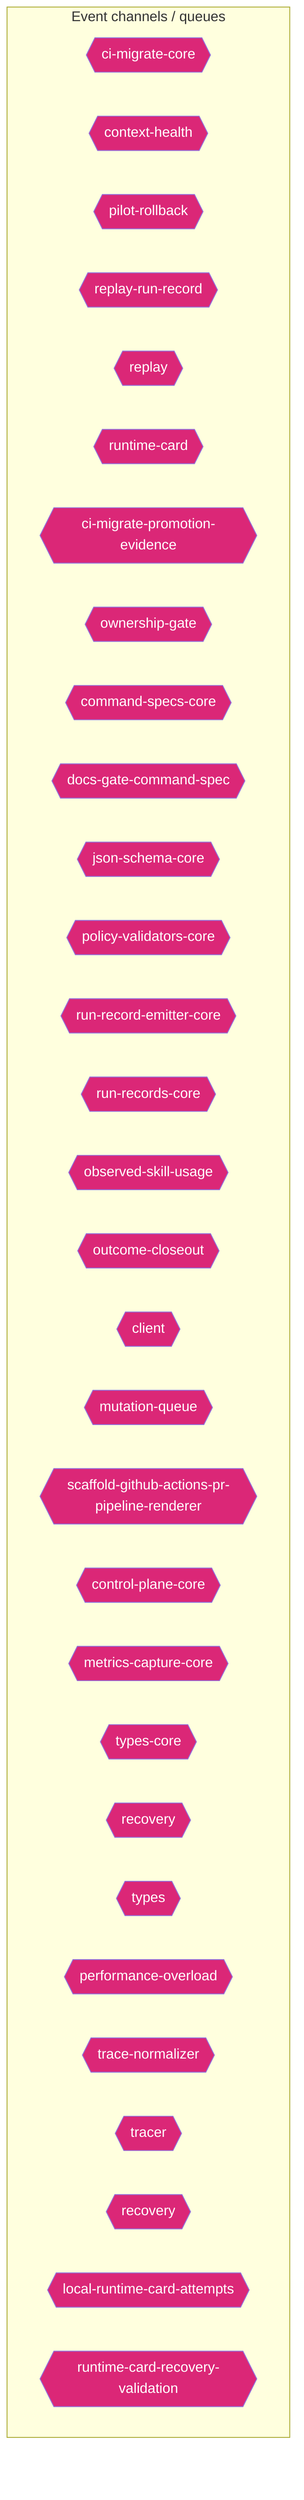
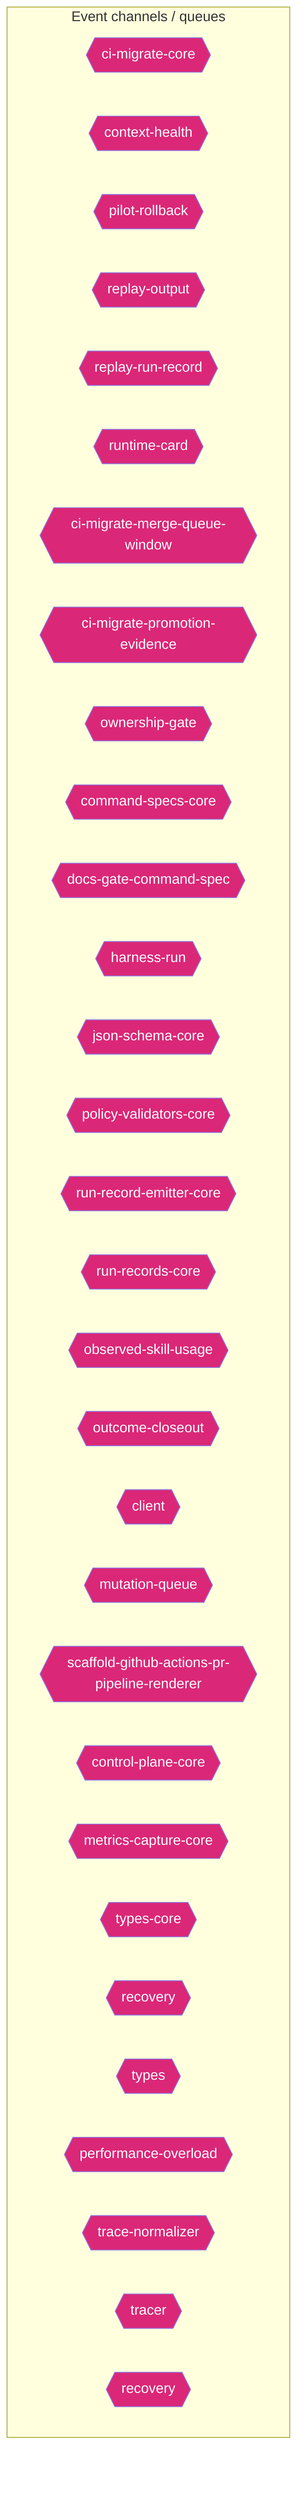
flowchart TD
  subgraph Channels["Event channels / queues"]
    ci_migrate_core_7005b5af{{"ci-migrate-core"}}
    context_health_80bb7da9{{"context-health"}}
    pilot_rollback_00c1f82c{{"pilot-rollback"}}
+     replay_output_993eda9e{{"replay-output"}}
    replay_run_record_9a08cce2{{"replay-run-record"}}
-     replay_ac203c98{{"replay"}}
    runtime_card_e06b53e1{{"runtime-card"}}
+     ci_migrate_merge_queue_window_0070bd6d{{"ci-migrate-merge-queue-window"}}
    ci_migrate_promotion_evidence_1a2dc527{{"ci-migrate-promotion-evidence"}}
    ownership_gate_2e194d13{{"ownership-gate"}}
    command_specs_core_1c0ffc99{{"command-specs-core"}}
    docs_gate_command_spec_16795187{{"docs-gate-command-spec"}}
+     harness_run_c0761792{{"harness-run"}}
    json_schema_core_96d7e328{{"json-schema-core"}}
    policy_validators_core_714a3fe7{{"policy-validators-core"}}
    run_record_emitter_core_688049d5{{"run-record-emitter-core"}}
    run_records_core_89286dfa{{"run-records-core"}}
    observed_skill_usage_ed7d5930{{"observed-skill-usage"}}
    outcome_closeout_ba497ec2{{"outcome-closeout"}}
    client_948fe603{{"client"}}
    mutation_queue_ce5a530e{{"mutation-queue"}}
    scaffold_github_actions_pr_pipeline_renderer_1ee18de5{{"scaffold-github-actions-pr-pipeline-renderer"}}
    control_plane_core_db3b4cb2{{"control-plane-core"}}
    metrics_capture_core_db4bf7cf{{"metrics-capture-core"}}
    types_core_1_8bd0f8fd{{"types-core"}}
    recovery_8c585378{{"recovery"}}
-     types_14_fe7507be{{"types"}}
+     types_16_0fae1112{{"types"}}
    performance_overload_c685bfcf{{"performance-overload"}}
    trace_normalizer_cb1be1d2{{"trace-normalizer"}}
    tracer_1e6243a2{{"tracer"}}
    recovery_1_4d1804ab{{"recovery"}}
-     local_runtime_card_attempts_28aa46ea{{"local-runtime-card-attempts"}}
-     runtime_card_recovery_validation_e216d883{{"runtime-card-recovery-validation"}}
  end
  classDef eventNode fill:#db2777,color:#fff
-   class ci_migrate_core_7005b5af,context_health_80bb7da9,pilot_rollback_00c1f82c,replay_run_record_9a08cce2,replay_ac203c98,runtime_card_e06b53e1,ci_migrate_promotion_evidence_1a2dc527,ownership_gate_2e194d13,command_specs_core_1c0ffc99,docs_gate_command_spec_16795187,json_schema_core_96d7e328,policy_validators_core_714a3fe7,run_record_emitter_core_688049d5,run_records_core_89286dfa,observed_skill_usage_ed7d5930,outcome_closeout_ba497ec2,client_948fe603,mutation_queue_ce5a530e,scaffold_github_actions_pr_pipeline_renderer_1ee18de5,control_plane_core_db3b4cb2,metrics_capture_core_db4bf7cf,types_core_1_8bd0f8fd,recovery_8c585378,types_14_fe7507be,performance_overload_c685bfcf,trace_normalizer_cb1be1d2,tracer_1e6243a2,recovery_1_4d1804ab,local_runtime_card_attempts_28aa46ea,runtime_card_recovery_validation_e216d883 eventNode
+   class ci_migrate_core_7005b5af,context_health_80bb7da9,pilot_rollback_00c1f82c,replay_output_993eda9e,replay_run_record_9a08cce2,runtime_card_e06b53e1,ci_migrate_merge_queue_window_0070bd6d,ci_migrate_promotion_evidence_1a2dc527,ownership_gate_2e194d13,command_specs_core_1c0ffc99,docs_gate_command_spec_16795187,harness_run_c0761792,json_schema_core_96d7e328,policy_validators_core_714a3fe7,run_record_emitter_core_688049d5,run_records_core_89286dfa,observed_skill_usage_ed7d5930,outcome_closeout_ba497ec2,client_948fe603,mutation_queue_ce5a530e,scaffold_github_actions_pr_pipeline_renderer_1ee18de5,control_plane_core_db3b4cb2,metrics_capture_core_db4bf7cf,types_core_1_8bd0f8fd,recovery_8c585378,types_16_0fae1112,performance_overload_c685bfcf,trace_normalizer_cb1be1d2,tracer_1e6243a2,recovery_1_4d1804ab eventNode
